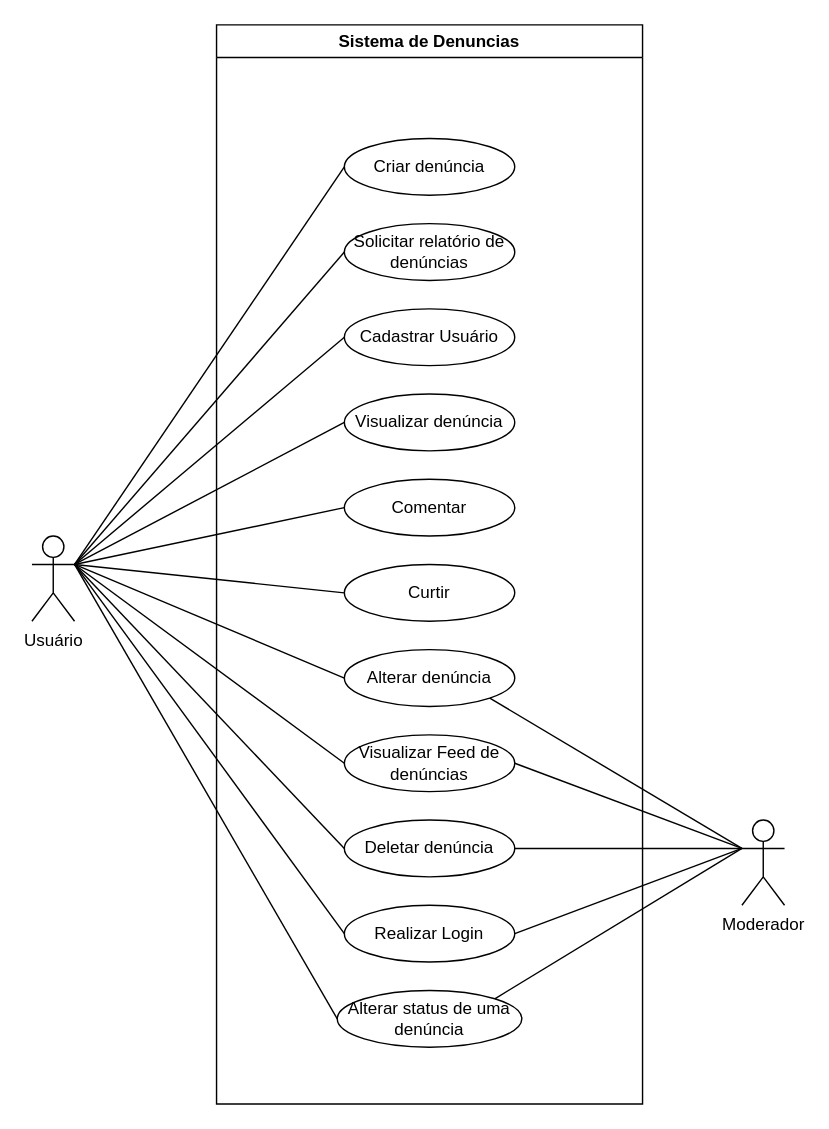
Before: Documentação/Diagramas/Diagrama de Caso de Uso.drawio in frsouzaa/Documentacao-TCC-NossaVia, a draw.io diagram. Source tidied: cells renumbered, new cells numbered last; positions are measured from the earlier drawing's top-left corner, leaving out a move shared by most shapes. Both pictures are drawn from the tidied source at 142%, with x=0, y=0 at pixel (31, 24).
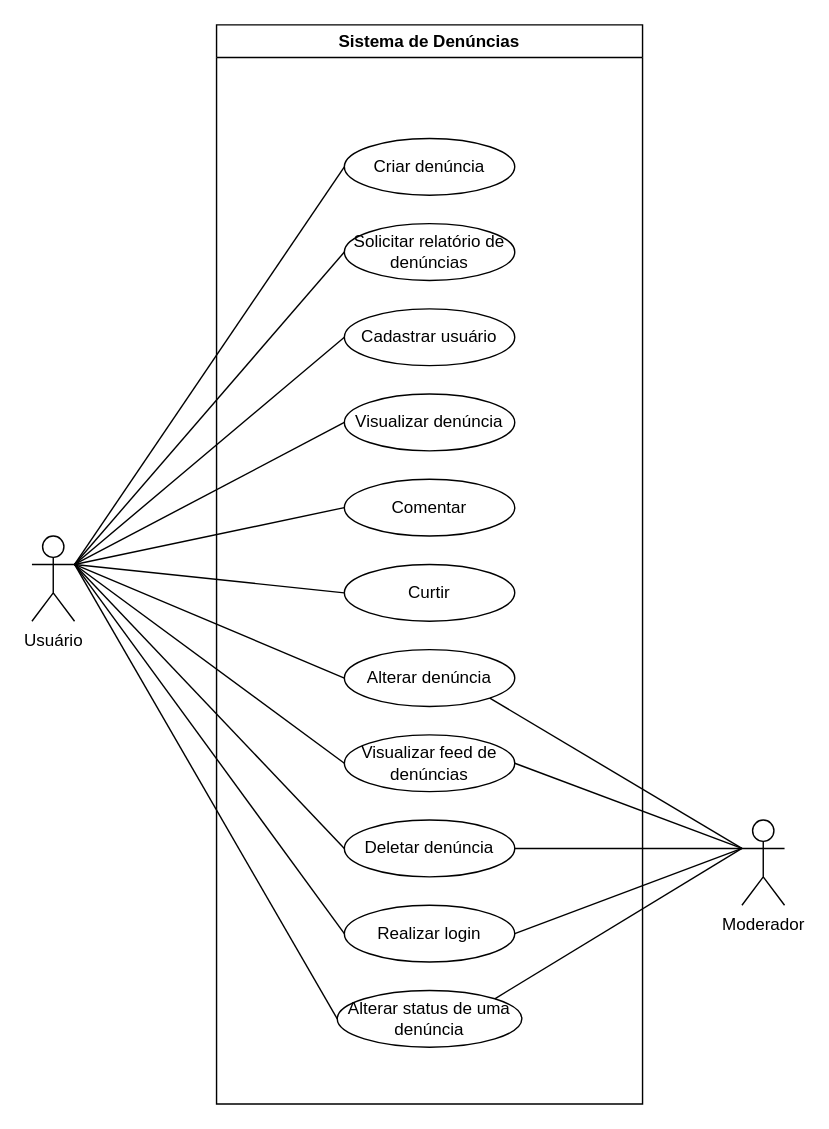
Above is the later version.

Commit message:
Correções ortográficas  Diagrama de Caso de Uso.drawio

The edit, as a diff of the source:
```diff
@@
-    <mxCell id="5" value="Realizar Login" style="ellipse;whiteSpace=wrap;html=1;align=center;" parent="1" vertex="1">
+    <mxCell id="5" value="Realizar login" style="ellipse;whiteSpace=wrap;html=1;align=center;" parent="1" vertex="1">
       <mxGeometry x="220" y="620" width="120" height="40" as="geometry" />
     </mxCell>
-    <mxCell id="6" value="Visualizar Feed de denúncias" style="ellipse;whiteSpace=wrap;html=1;align=center;" parent="1" vertex="1">
+    <mxCell id="6" value="Visualizar feed de denúncias" style="ellipse;whiteSpace=wrap;html=1;align=center;" parent="1" vertex="1">
       <mxGeometry x="220" y="500" width="120" height="40" as="geometry" />
     </mxCell>
@@
-    <mxCell id="8" value="Cadastrar Usuário" style="ellipse;whiteSpace=wrap;html=1;align=center;" parent="1" vertex="1">
+    <mxCell id="8" value="Cadastrar usuário" style="ellipse;whiteSpace=wrap;html=1;align=center;" parent="1" vertex="1">
       <mxGeometry x="220" y="200" width="120" height="40" as="geometry" />
     </mxCell>
@@
-    <mxCell id="32" value="Sistema de Denuncias" style="swimlane;whiteSpace=wrap;html=1;" parent="1" vertex="1">
+    <mxCell id="32" value="Sistema de Denúncias" style="swimlane;whiteSpace=wrap;html=1;" parent="1" vertex="1">
       <mxGeometry x="130" width="300" height="760" as="geometry" />
     </mxCell>
```
